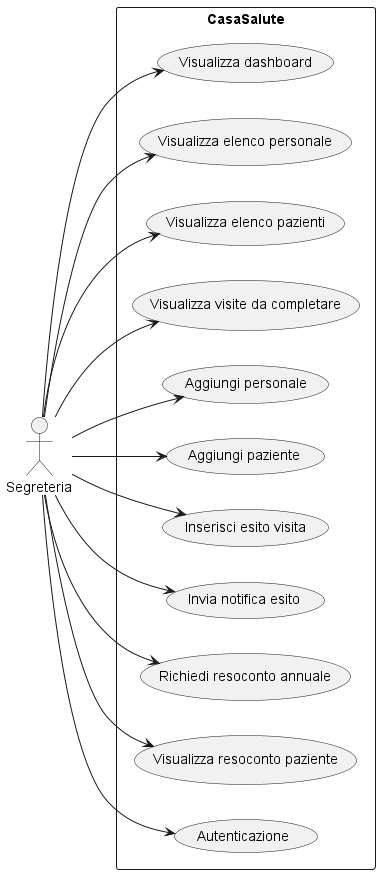
The PlantUML diagram Latex/diagrammi_uml/use_case_segreteria.png in Taniyakaur/KMBhealthcenter, before a commit.
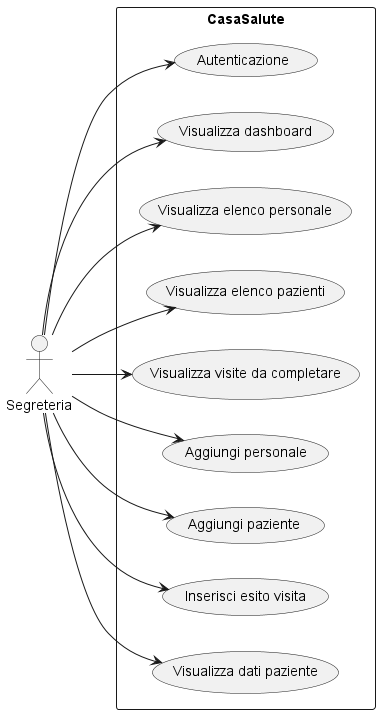
The same diagram one commit later.

The edit, as a diff of the source:
```diff
@@ -4,19 +4,15 @@
 
 rectangle CasaSalute {
 
+   usecase "Autenticazione" as UC_Authentication
    usecase "Visualizza dashboard" as UC_ViewDashboard
    usecase "Visualizza elenco personale" as UC_ViewStaff
    usecase "Visualizza elenco pazienti" as UC_ViewPatients
    usecase "Visualizza visite da completare" as UC_ViewPendingVisits
-
    usecase "Aggiungi personale" as UC_AddStaff
    usecase "Aggiungi paziente" as UC_AddPatient
    usecase "Inserisci esito visita" as UC_EnterVisitOutcome
-   usecase "Invia notifica esito" as UC_SendNotification
-
-   usecase "Richiedi resoconto annuale" as UC_RequestReport
-   usecase "Visualizza resoconto paziente" as UC_ViewReport
-   usecase "Autenticazione" as UC_Authentication
+   usecase "Visualizza dati paziente" as UC_ViewData
 }
 
 Secretary --> UC_Authentication
@@ -27,7 +23,5 @@
 Secretary --> UC_AddStaff
 Secretary --> UC_AddPatient
 Secretary --> UC_EnterVisitOutcome
-Secretary --> UC_SendNotification
-Secretary --> UC_RequestReport
-Secretary --> UC_ViewReport
+Secretary --> UC_ViewData
 @enduml
```
